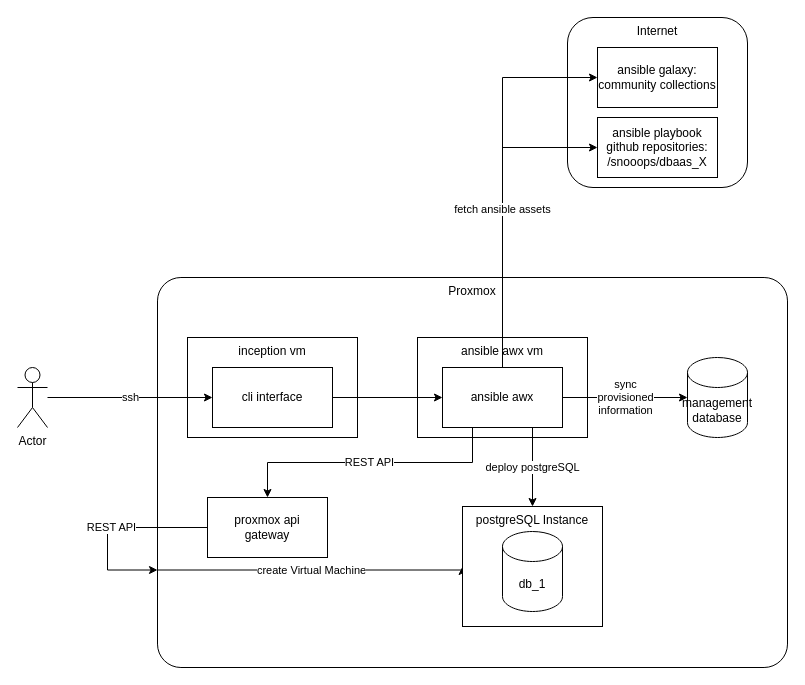
Earlier version of the draw.io diagram dbaas-architecture-bachelor-expose.drawio (snooops/dbaas-concept). Source tidied: cells renumbered, new cells numbered last; positions are measured from the earlier drawing's top-left corner, leaving out a move shared by most shapes. Both pictures are drawn from the tidied source at 100%, with x=0, y=0 at pixel (17, 17).
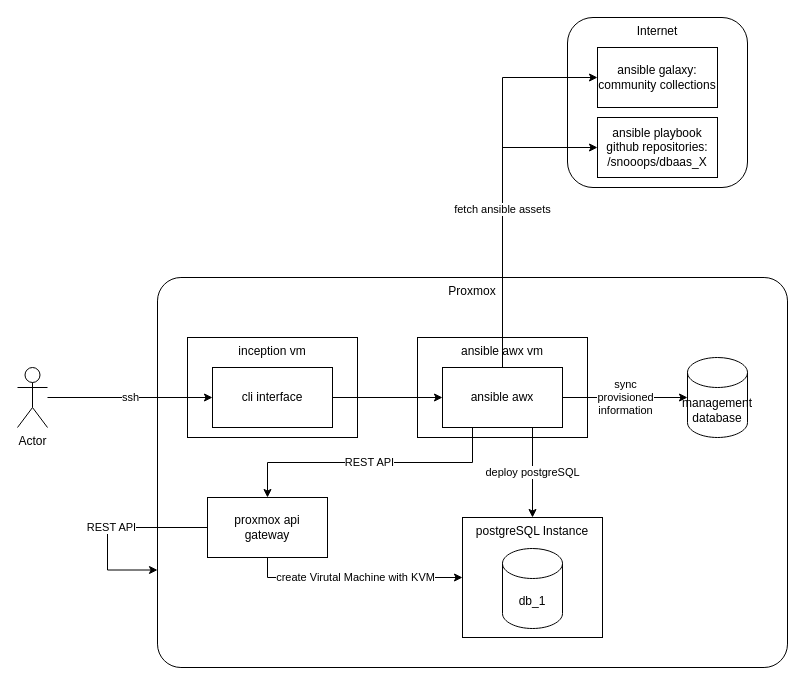
The same page after the edit.

Unchanged cells that the change refers to:
```xml
<mxCell id="2" value="Proxmox" style="rounded=1;whiteSpace=wrap;html=1;horizontal=1;verticalAlign=top;arcSize=6;" parent="1" vertex="1">
  <mxGeometry x="140" y="260" width="630" height="390" as="geometry" />
</mxCell>
<mxCell id="20" value="&lt;div&gt;proxmox api&lt;/div&gt;&lt;div&gt;gateway&lt;br&gt;&lt;/div&gt;" style="rounded=0;whiteSpace=wrap;html=1;" parent="1" vertex="1">
  <mxGeometry x="190" y="480" width="120" height="60" as="geometry" />
</mxCell>
```

Diff of the diagram source:
```diff
@@
-    <mxCell id="3" value="create Virtual Machine" style="edgeStyle=orthogonalEdgeStyle;rounded=0;jettySize=auto;html=1;exitX=0;exitY=0.75;exitDx=0;exitDy=0;entryX=0;entryY=0.5;entryDx=0;entryDy=0;" parent="1" edge="1" source="2" target="22">
-      <mxGeometry relative="1" as="geometry">
-        <Array as="points">
-          <mxPoint x="445" y="553" />
-        </Array>
-      </mxGeometry>
-    </mxCell>
@@
+    <mxCell id="24" value="create Virutal Machine with KVM" style="edgeStyle=orthogonalEdgeStyle;rounded=0;jettySize=auto;html=1;exitX=0.5;exitY=1;exitDx=0;exitDy=0;entryX=0;entryY=0.5;entryDx=0;entryDy=0;" parent="1" edge="1" source="20" target="22">
+      <mxGeometry relative="1" as="geometry" />
+    </mxCell>
@@
     <mxCell id="22" value="postgreSQL Instance" style="rounded=0;whiteSpace=wrap;html=1;verticalAlign=top;" parent="1" vertex="1">
-      <mxGeometry x="445" y="489" width="140" height="120" as="geometry" />
+      <mxGeometry x="445" y="500" width="140" height="120" as="geometry" />
     </mxCell>
     <mxCell id="23" value="db_1" style="shape=cylinder3;whiteSpace=wrap;html=1;boundedLbl=1;backgroundOutline=1;size=15;" parent="1" vertex="1">
-      <mxGeometry x="485" y="514" width="60" height="80" as="geometry" />
+      <mxGeometry x="485" y="531" width="60" height="80" as="geometry" />
     </mxCell>
```
